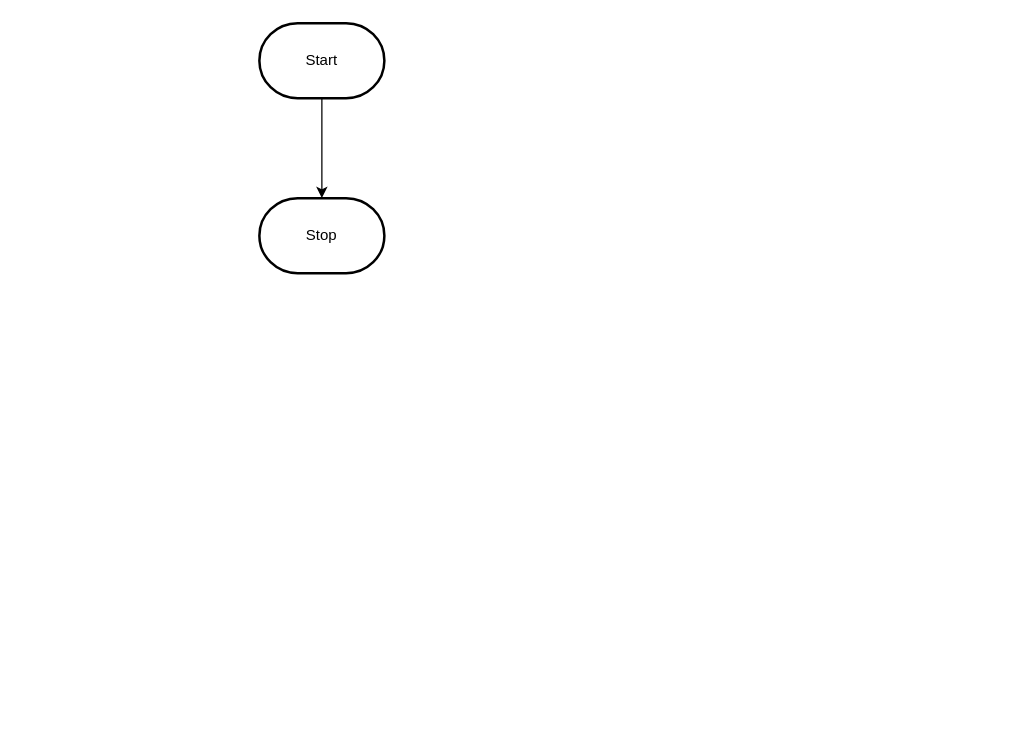
The draw.io diagram design/flowchart.drawio in MTHS-ICD2O-1-2023/ICD2O-Unit-5-03-yoochan-han, before the edit. Source tidied: cells renumbered, new cells numbered last; positions are measured from the earlier drawing's top-left corner, leaving out a move shared by most shapes. Both pictures are drawn from the tidied source at 125%, with x=0, y=0 at pixel (259, 22).
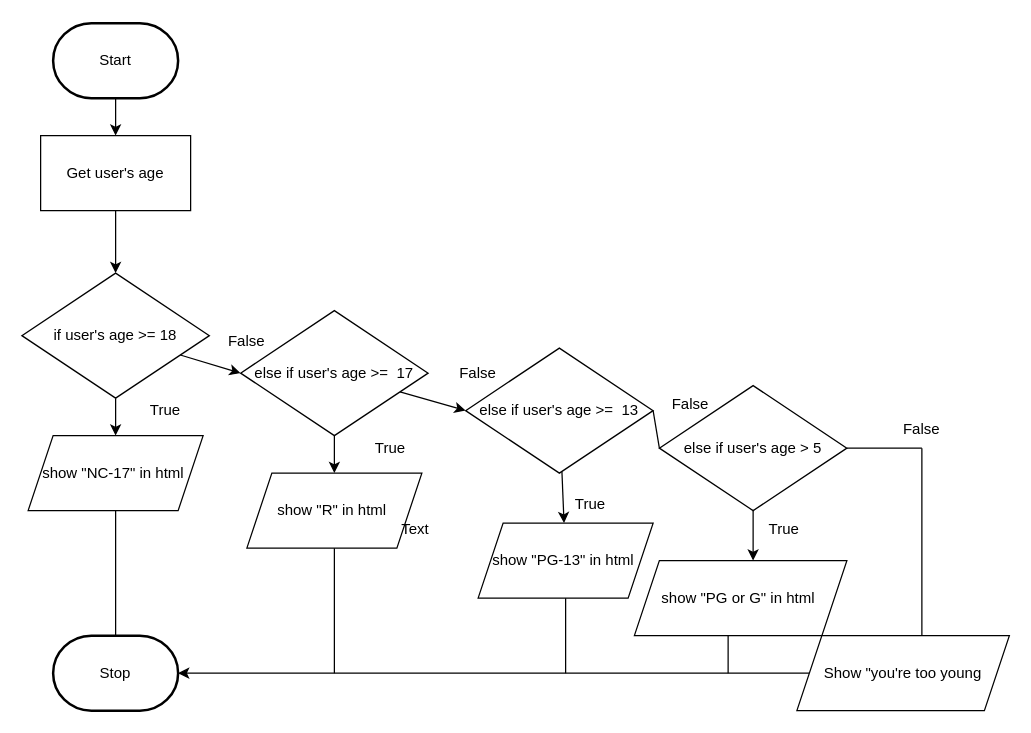
After the change.

The edit, as a diff of the source:
```diff
@@
-    <mxCell id="2" style="edgeStyle=orthogonalEdgeStyle;html=1;rounded=0;" parent="1" edge="1" source="3" target="4">
-      <mxGeometry relative="1" as="geometry" />
-    </mxCell>
+    <mxCell id="5" style="edgeStyle=none;html=1;" parent="1" edge="1" source="3" target="2">
+      <mxGeometry relative="1" as="geometry" />
+    </mxCell>
     <mxCell id="3" value="Start" style="strokeWidth=2;html=1;shape=mxgraph.flowchart.terminator;whiteSpace=wrap;" parent="1" vertex="1">
-      <mxGeometry width="100" height="60" as="geometry" />
+      <mxGeometry x="-165" width="100" height="60" as="geometry" />
     </mxCell>
     <mxCell id="4" value="Stop" style="strokeWidth=2;html=1;shape=mxgraph.flowchart.terminator;whiteSpace=wrap;" parent="1" vertex="1">
-      <mxGeometry y="140" width="100" height="60" as="geometry" />
+      <mxGeometry x="-165" y="490" width="100" height="60" as="geometry" />
     </mxCell>
+    <mxCell id="6" style="edgeStyle=none;html=1;entryX=0.5;entryY=0;entryDx=0;entryDy=0;" parent="1" edge="1" source="2" target="9">
+      <mxGeometry relative="1" as="geometry" />
+    </mxCell>
+    <mxCell id="2" value="Get user's age" style="rounded=0;whiteSpace=wrap;html=1;" parent="1" vertex="1">
+      <mxGeometry x="-175" y="90" width="120" height="60" as="geometry" />
+    </mxCell>
+    <mxCell id="7" style="edgeStyle=none;html=1;" parent="1" edge="1" source="9" target="13">
+      <mxGeometry relative="1" as="geometry" />
+    </mxCell>
+    <mxCell id="8" style="edgeStyle=none;html=1;entryX=0;entryY=0.5;entryDx=0;entryDy=0;" parent="1" edge="1" source="9" target="12">
+      <mxGeometry relative="1" as="geometry" />
+    </mxCell>
+    <mxCell id="9" value="if user's age &amp;gt;= 18" style="rhombus;whiteSpace=wrap;html=1;" parent="1" vertex="1">
+      <mxGeometry x="-190" y="200" width="150" height="100" as="geometry" />
+    </mxCell>
+    <mxCell id="10" style="edgeStyle=none;html=1;entryX=0;entryY=0.5;entryDx=0;entryDy=0;" parent="1" edge="1" source="12" target="15">
+      <mxGeometry relative="1" as="geometry" />
+    </mxCell>
+    <mxCell id="11" style="edgeStyle=none;html=1;" parent="1" edge="1" source="12" target="16">
+      <mxGeometry relative="1" as="geometry" />
+    </mxCell>
+    <mxCell id="12" value="else if user's age &amp;gt;=&amp;nbsp; 17" style="rhombus;whiteSpace=wrap;html=1;" parent="1" vertex="1">
+      <mxGeometry x="-15" y="230" width="150" height="100" as="geometry" />
+    </mxCell>
+    <mxCell id="13" value="show &quot;NC-17&quot; in html&amp;nbsp;" style="shape=parallelogram;perimeter=parallelogramPerimeter;whiteSpace=wrap;html=1;fixedSize=1;" parent="1" vertex="1">
+      <mxGeometry x="-185" y="330" width="140" height="60" as="geometry" />
+    </mxCell>
+    <mxCell id="14" style="edgeStyle=none;html=1;" parent="1" edge="1" source="15" target="17">
+      <mxGeometry relative="1" as="geometry" />
+    </mxCell>
+    <mxCell id="15" value="else if user's age &amp;gt;=&amp;nbsp; 13" style="rhombus;whiteSpace=wrap;html=1;" parent="1" vertex="1">
+      <mxGeometry x="165" y="260" width="150" height="100" as="geometry" />
+    </mxCell>
+    <mxCell id="16" value="show &quot;R&quot; in html&amp;nbsp;" style="shape=parallelogram;perimeter=parallelogramPerimeter;whiteSpace=wrap;html=1;fixedSize=1;" parent="1" vertex="1">
+      <mxGeometry x="-10" y="360" width="140" height="60" as="geometry" />
+    </mxCell>
+    <mxCell id="17" value="show &quot;PG-13&quot; in html&amp;nbsp;" style="shape=parallelogram;perimeter=parallelogramPerimeter;whiteSpace=wrap;html=1;fixedSize=1;" parent="1" vertex="1">
+      <mxGeometry x="175" y="400" width="140" height="60" as="geometry" />
+    </mxCell>
+    <mxCell id="18" style="edgeStyle=none;html=1;entryX=1;entryY=0.5;entryDx=0;entryDy=0;entryPerimeter=0;" parent="1" edge="1" target="4">
+      <mxGeometry relative="1" as="geometry">
+        <mxPoint x="440" y="520" as="sourcePoint" />
+      </mxGeometry>
+    </mxCell>
+    <mxCell id="19" value="show &quot;PG or G&quot; in html&amp;nbsp;" style="shape=parallelogram;perimeter=parallelogramPerimeter;whiteSpace=wrap;html=1;fixedSize=1;" parent="1" vertex="1">
+      <mxGeometry x="300" y="430" width="170" height="60" as="geometry" />
+    </mxCell>
+    <mxCell id="20" style="endArrow=none;html=1;entryX=0.5;entryY=1;entryDx=0;entryDy=0;" parent="1" edge="1" target="16">
+      <mxGeometry relative="1" as="geometry">
+        <mxPoint x="60" y="520" as="sourcePoint" />
+      </mxGeometry>
+    </mxCell>
+    <mxCell id="21" style="endArrow=none;html=1;entryX=0.5;entryY=1;entryDx=0;entryDy=0;" parent="1" edge="1" target="17">
+      <mxGeometry relative="1" as="geometry">
+        <mxPoint x="245" y="520" as="sourcePoint" />
+      </mxGeometry>
+    </mxCell>
+    <mxCell id="22" style="endArrow=none;html=1;entryX=0.5;entryY=1;entryDx=0;entryDy=0;" parent="1" edge="1" source="4" target="13">
+      <mxGeometry relative="1" as="geometry" />
+    </mxCell>
+    <mxCell id="23" style="endArrow=none;html=1;entryX=1;entryY=0.5;entryDx=0;entryDy=0;exitX=0;exitY=0.5;exitDx=0;exitDy=0;" parent="1" edge="1" source="32" target="15">
+      <mxGeometry relative="1" as="geometry" />
+    </mxCell>
+    <mxCell id="24" style="endArrow=classic;html=1;exitX=0.5;exitY=1;exitDx=0;exitDy=0;" parent="1" edge="1" source="32">
+      <mxGeometry relative="1" as="geometry">
+        <mxPoint x="395" y="430" as="targetPoint" />
+      </mxGeometry>
+    </mxCell>
+    <mxCell id="25" value="Text" style="text;html=1;strokeColor=none;fillColor=none;align=center;verticalAlign=middle;whiteSpace=wrap;rounded=0;" parent="1" vertex="1">
+      <mxGeometry x="95" y="390" width="60" height="30" as="geometry" />
+    </mxCell>
+    <mxCell id="26" value="True" style="text;html=1;strokeColor=none;fillColor=none;align=center;verticalAlign=middle;whiteSpace=wrap;rounded=0;" parent="1" vertex="1">
+      <mxGeometry x="-105" y="295" width="60" height="30" as="geometry" />
+    </mxCell>
+    <mxCell id="27" value="True" style="text;html=1;strokeColor=none;fillColor=none;align=center;verticalAlign=middle;whiteSpace=wrap;rounded=0;" parent="1" vertex="1">
+      <mxGeometry x="75" y="325" width="60" height="30" as="geometry" />
+    </mxCell>
+    <mxCell id="28" value="True" style="text;html=1;strokeColor=none;fillColor=none;align=center;verticalAlign=middle;whiteSpace=wrap;rounded=0;" parent="1" vertex="1">
+      <mxGeometry x="235" y="370" width="60" height="30" as="geometry" />
+    </mxCell>
+    <mxCell id="29" value="False" style="text;html=1;strokeColor=none;fillColor=none;align=center;verticalAlign=middle;whiteSpace=wrap;rounded=0;" parent="1" vertex="1">
+      <mxGeometry x="-40" y="240" width="60" height="30" as="geometry" />
+    </mxCell>
+    <mxCell id="30" value="False" style="text;html=1;strokeColor=none;fillColor=none;align=center;verticalAlign=middle;whiteSpace=wrap;rounded=0;" parent="1" vertex="1">
+      <mxGeometry x="145" y="265" width="60" height="30" as="geometry" />
+    </mxCell>
+    <mxCell id="31" value="False" style="text;html=1;strokeColor=none;fillColor=none;align=center;verticalAlign=middle;whiteSpace=wrap;rounded=0;" parent="1" vertex="1">
+      <mxGeometry x="315" y="290" width="60" height="30" as="geometry" />
+    </mxCell>
+    <mxCell id="32" value="else if user's age &amp;gt; 5" style="rhombus;whiteSpace=wrap;html=1;" parent="1" vertex="1">
+      <mxGeometry x="320" y="290" width="150" height="100" as="geometry" />
+    </mxCell>
+    <mxCell id="33" style="endArrow=none;html=1;entryX=0.5;entryY=1;entryDx=0;entryDy=0;" parent="1" edge="1">
+      <mxGeometry relative="1" as="geometry">
+        <mxPoint x="375" y="520" as="sourcePoint" />
+        <mxPoint x="375" y="490" as="targetPoint" />
+      </mxGeometry>
+    </mxCell>
+    <mxCell id="34" value="Show &quot;you're too young" style="shape=parallelogram;perimeter=parallelogramPerimeter;whiteSpace=wrap;html=1;fixedSize=1;" parent="1" vertex="1">
+      <mxGeometry x="430" y="490" width="170" height="60" as="geometry" />
+    </mxCell>
+    <mxCell id="35" style="endArrow=none;html=1;" parent="1" edge="1">
+      <mxGeometry relative="1" as="geometry">
+        <mxPoint x="530" y="340" as="sourcePoint" />
+        <mxPoint x="470" y="340" as="targetPoint" />
+      </mxGeometry>
+    </mxCell>
+    <mxCell id="36" style="endArrow=none;html=1;" parent="1" edge="1">
+      <mxGeometry relative="1" as="geometry">
+        <mxPoint x="530" y="340" as="sourcePoint" />
+        <mxPoint x="530" y="490" as="targetPoint" />
+      </mxGeometry>
+    </mxCell>
+    <mxCell id="37" value="True" style="text;html=1;strokeColor=none;fillColor=none;align=center;verticalAlign=middle;whiteSpace=wrap;rounded=0;" parent="1" vertex="1">
+      <mxGeometry x="390" y="390" width="60" height="30" as="geometry" />
+    </mxCell>
+    <mxCell id="38" value="False" style="text;html=1;strokeColor=none;fillColor=none;align=center;verticalAlign=middle;whiteSpace=wrap;rounded=0;" parent="1" vertex="1">
+      <mxGeometry x="500" y="310" width="60" height="30" as="geometry" />
+    </mxCell>
```
